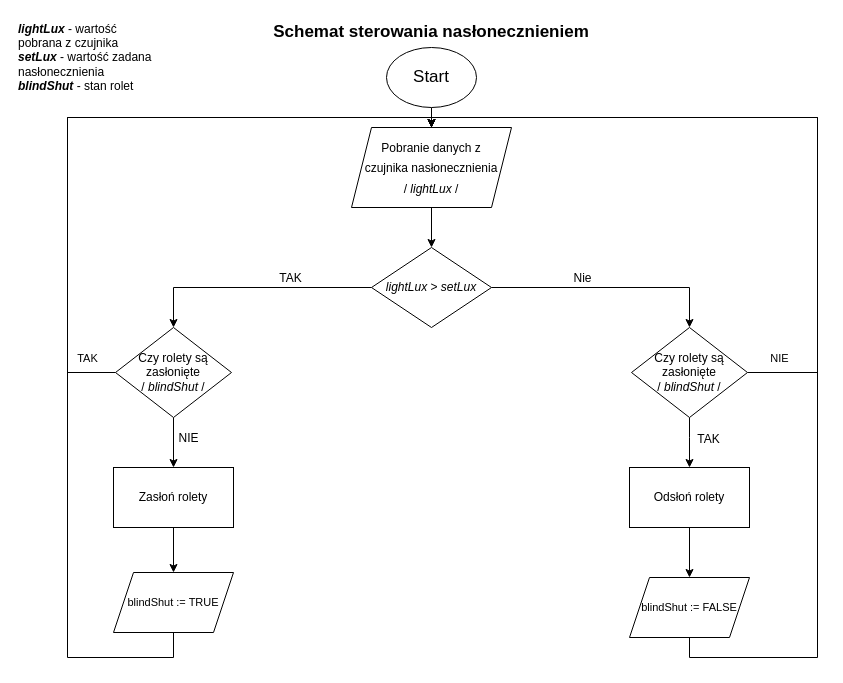
Before: Schematy_działania_funkcji/Nasłonecznienie/naslonecznienie_rolety.drawio in AgniechaP/Sterowanie-szklarnia, a draw.io diagram. Source tidied: cells renumbered, new cells numbered last; positions are measured from the earlier drawing's top-left corner, leaving out a move shared by most shapes. Both pictures are drawn from the tidied source at 100%, with x=0, y=0 at pixel (17, 17).
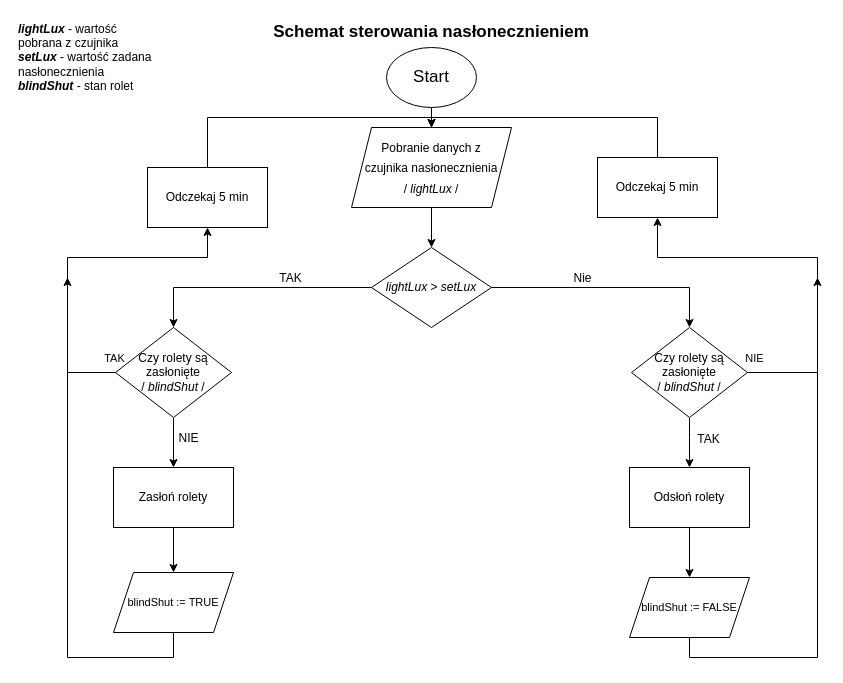
Above is the later version.

Unchanged cells that the change refers to:
```xml
<mxCell id="6" value="&lt;div&gt;&lt;font style=&quot;font-size: 12px&quot;&gt;Pobranie danych z &lt;br&gt;&lt;/font&gt;&lt;/div&gt;&lt;div&gt;&lt;font style=&quot;font-size: 12px&quot;&gt;czujnika nasłonecznienia&lt;/font&gt;&lt;/div&gt;&lt;div&gt;&lt;font style=&quot;font-size: 12px&quot;&gt;/ &lt;i&gt;lightLux &lt;/i&gt;/&lt;br&gt;&lt;/font&gt;&lt;/div&gt;" style="shape=parallelogram;perimeter=parallelogramPerimeter;whiteSpace=wrap;html=1;fixedSize=1;fontSize=17;" parent="1" vertex="1">
  <mxGeometry x="334" y="110" width="160" height="80" as="geometry" />
</mxCell>
<mxCell id="21" value="&lt;div&gt;Czy rolety są zasłonięte&lt;/div&gt;&lt;div&gt;/ &lt;i&gt;blindShut&lt;/i&gt; / &lt;br&gt;&lt;/div&gt;" style="rhombus;whiteSpace=wrap;html=1;fontSize=12;" parent="1" vertex="1">
  <mxGeometry x="98" y="310" width="116" height="90" as="geometry" />
</mxCell>
<mxCell id="26" value="&lt;div&gt;Czy rolety są zasłonięte&lt;/div&gt;&lt;div&gt;/ &lt;i&gt;blindShut&lt;/i&gt; / &lt;br&gt;&lt;/div&gt;" style="rhombus;whiteSpace=wrap;html=1;fontSize=12;" parent="1" vertex="1">
  <mxGeometry x="614" y="310" width="116" height="90" as="geometry" />
</mxCell>
<mxCell id="28" value="&lt;font style=&quot;font-size: 11px&quot;&gt;blindShut := TRUE&lt;br&gt;&lt;/font&gt;" style="shape=parallelogram;perimeter=parallelogramPerimeter;whiteSpace=wrap;html=1;fixedSize=1;fontSize=12;" parent="1" vertex="1">
  <mxGeometry x="96" y="555" width="120" height="60" as="geometry" />
</mxCell>
<mxCell id="30" value="&lt;font style=&quot;font-size: 11px&quot;&gt;blindShut := FALSE&lt;br&gt;&lt;/font&gt;" style="shape=parallelogram;perimeter=parallelogramPerimeter;whiteSpace=wrap;html=1;fixedSize=1;fontSize=12;" parent="1" vertex="1">
  <mxGeometry x="612" y="560" width="120" height="60" as="geometry" />
</mxCell>
```

Change to the diagram source:
```diff
@@
-    <mxCell id="19" style="edgeStyle=orthogonalEdgeStyle;rounded=0;jettySize=auto;html=1;entryX=0.5;entryY=0;entryDx=0;entryDy=0;fontSize=11;" parent="1" edge="1" source="21" target="6">
+    <mxCell id="19" style="edgeStyle=orthogonalEdgeStyle;rounded=0;jettySize=auto;html=1;fontSize=11;" parent="1" edge="1" source="21">
       <mxGeometry relative="1" as="geometry">
+        <mxPoint x="50" y="260" as="targetPoint" />
         <Array as="points">
           <mxPoint x="50" y="355" />
-          <mxPoint x="50" y="100" />
-          <mxPoint x="414" y="100" />
+          <mxPoint x="50" y="280" />
         </Array>
       </mxGeometry>
     </mxCell>
@@
-    <mxCell id="24" style="edgeStyle=orthogonalEdgeStyle;rounded=0;jettySize=auto;html=1;exitX=1;exitY=0.5;exitDx=0;exitDy=0;entryX=0.5;entryY=0;entryDx=0;entryDy=0;fontSize=11;" parent="1" edge="1" source="26" target="6">
+    <mxCell id="24" style="edgeStyle=orthogonalEdgeStyle;rounded=0;jettySize=auto;html=1;exitX=1;exitY=0.5;exitDx=0;exitDy=0;fontSize=11;entryX=0.5;entryY=1;entryDx=0;entryDy=0;" parent="1" edge="1" source="26" target="34">
       <mxGeometry relative="1" as="geometry">
         <Array as="points">
           <mxPoint x="800" y="355" />
-          <mxPoint x="800" y="100" />
-          <mxPoint x="414" y="100" />
+          <mxPoint x="800" y="240" />
+          <mxPoint x="640" y="240" />
         </Array>
       </mxGeometry>
     </mxCell>
@@
-    <mxCell id="27" style="edgeStyle=orthogonalEdgeStyle;rounded=0;jettySize=auto;html=1;exitX=0.5;exitY=1;exitDx=0;exitDy=0;fontSize=11;entryX=0.5;entryY=0;entryDx=0;entryDy=0;" parent="1" edge="1" source="28" target="6">
+    <mxCell id="27" style="edgeStyle=orthogonalEdgeStyle;rounded=0;jettySize=auto;html=1;exitX=0.5;exitY=1;exitDx=0;exitDy=0;fontSize=11;entryX=0.5;entryY=1;entryDx=0;entryDy=0;" parent="1" edge="1" source="28" target="32">
       <mxGeometry relative="1" as="geometry">
         <Array as="points">
           <mxPoint x="156" y="640" />
           <mxPoint x="50" y="640" />
-          <mxPoint x="50" y="100" />
-          <mxPoint x="414" y="100" />
+          <mxPoint x="50" y="240" />
+          <mxPoint x="190" y="240" />
         </Array>
       </mxGeometry>
     </mxCell>
@@
-    <mxCell id="29" style="edgeStyle=orthogonalEdgeStyle;rounded=0;jettySize=auto;html=1;entryX=0.5;entryY=0;entryDx=0;entryDy=0;fontSize=11;exitX=0.5;exitY=1;exitDx=0;exitDy=0;" parent="1" edge="1" source="30" target="6">
+    <mxCell id="29" style="edgeStyle=orthogonalEdgeStyle;rounded=0;jettySize=auto;html=1;fontSize=11;exitX=0.5;exitY=1;exitDx=0;exitDy=0;" parent="1" edge="1" source="30">
       <mxGeometry relative="1" as="geometry">
+        <mxPoint x="800" y="260" as="targetPoint" />
         <Array as="points">
           <mxPoint x="672" y="640" />
           <mxPoint x="800" y="640" />
-          <mxPoint x="800" y="100" />
-          <mxPoint x="414" y="100" />
         </Array>
       </mxGeometry>
     </mxCell>
@@
+    <mxCell id="31" style="edgeStyle=orthogonalEdgeStyle;rounded=0;jettySize=auto;html=1;entryX=0.5;entryY=0;entryDx=0;entryDy=0;exitX=0.5;exitY=0;exitDx=0;exitDy=0;" parent="1" edge="1" source="32" target="6">
+      <mxGeometry relative="1" as="geometry">
+        <Array as="points">
+          <mxPoint x="190" y="100" />
+          <mxPoint x="414" y="100" />
+        </Array>
+      </mxGeometry>
+    </mxCell>
+    <mxCell id="32" value="Odczekaj 5 min" style="rounded=0;whiteSpace=wrap;html=1;" parent="1" vertex="1">
+      <mxGeometry x="130" y="150" width="120" height="60" as="geometry" />
+    </mxCell>
+    <mxCell id="33" style="edgeStyle=orthogonalEdgeStyle;rounded=0;jettySize=auto;html=1;entryX=0.5;entryY=0;entryDx=0;entryDy=0;" parent="1" edge="1" source="34" target="6">
+      <mxGeometry relative="1" as="geometry">
+        <Array as="points">
+          <mxPoint x="640" y="100" />
+          <mxPoint x="414" y="100" />
+        </Array>
+      </mxGeometry>
+    </mxCell>
+    <mxCell id="34" value="Odczekaj 5 min" style="rounded=0;whiteSpace=wrap;html=1;" parent="1" vertex="1">
+      <mxGeometry x="580" y="140" width="120" height="60" as="geometry" />
+    </mxCell>
```
